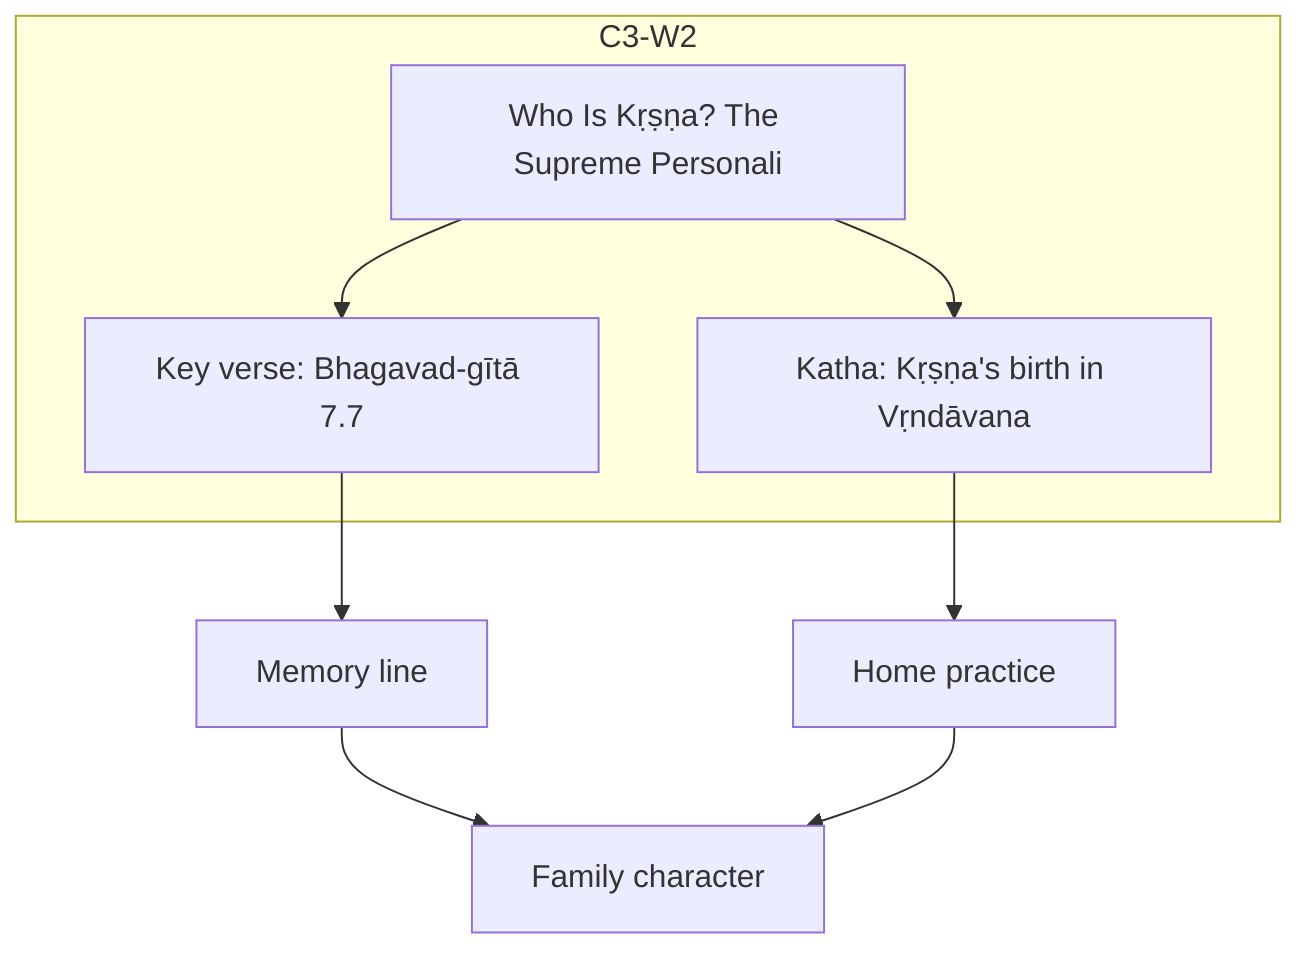
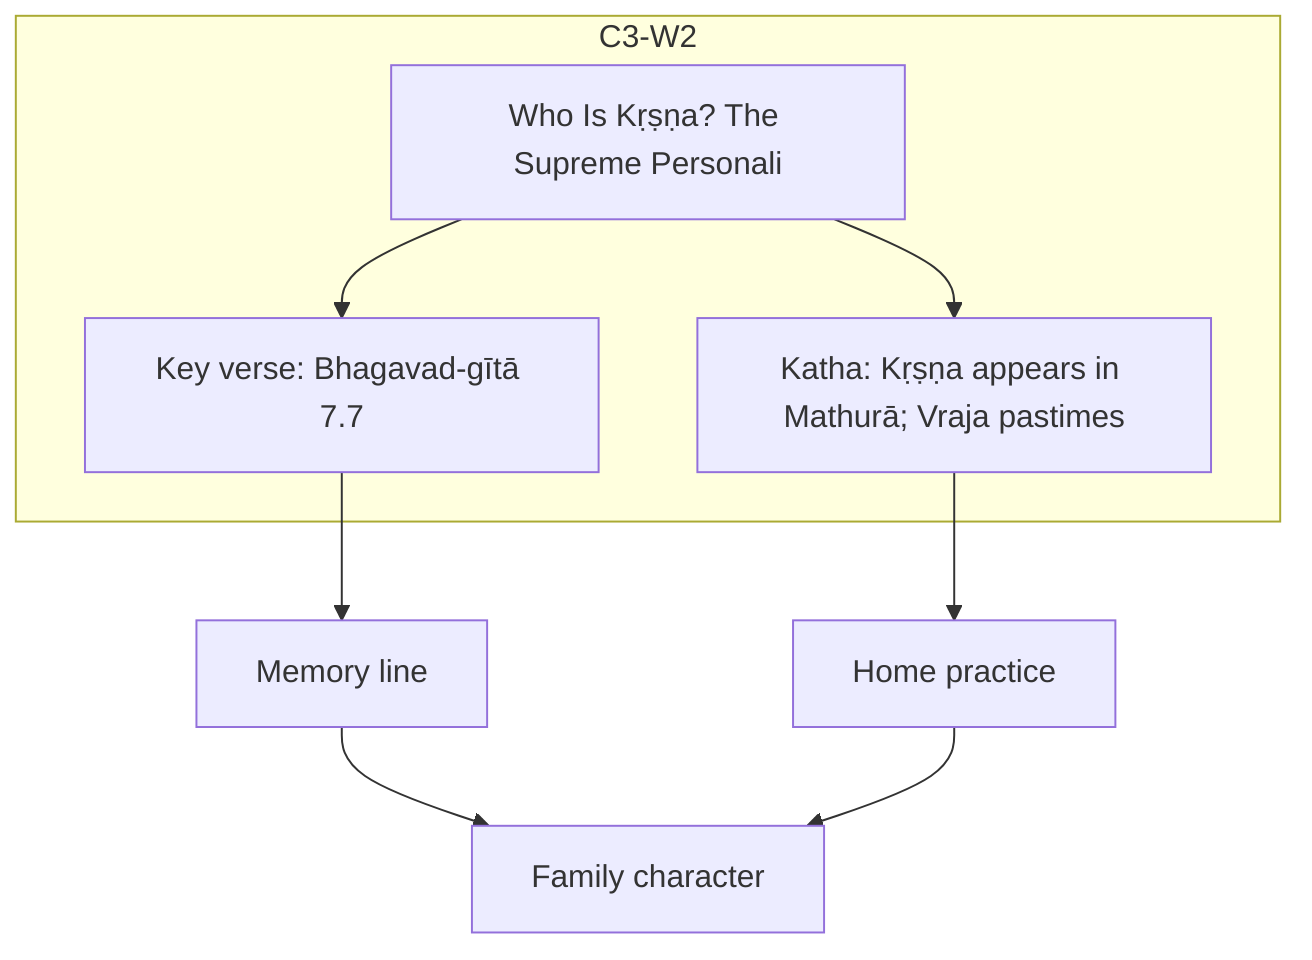
flowchart TB
    subgraph MODULE["C3-W2"]
        A["Who Is Kṛṣṇa? The Supreme Personali"]
        B["Key verse: Bhagavad-gītā 7.7"]
-         C["Katha: Kṛṣṇa's birth in Vṛndāvana"]
+         C["Katha: Kṛṣṇa appears in Mathurā; Vraja pastimes"]
    end
    A --> B
    A --> C
    B --> D[Memory line]
    C --> E[Home practice]
    D --> F[Family character]
    E --> F
